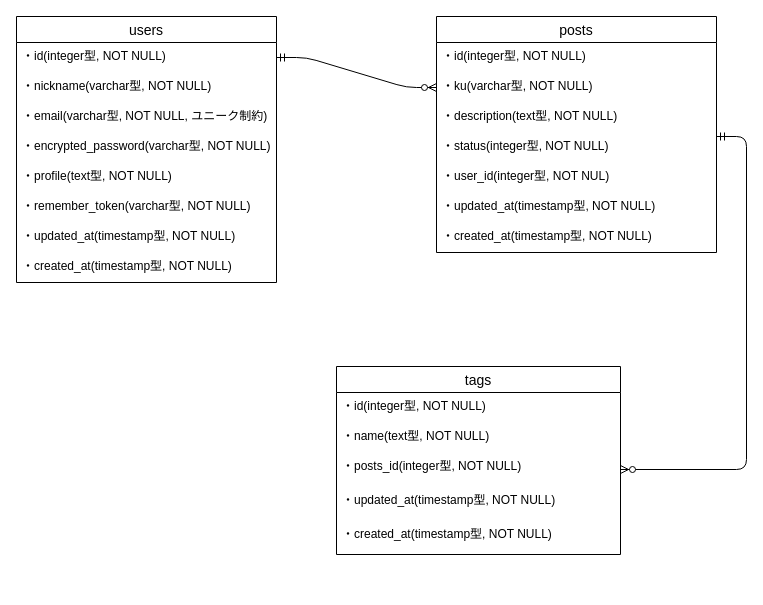
Before: haiker575.dio in hiddy0329/haiker575, a draw.io diagram. Source tidied: cells renumbered, new cells numbered last; positions are measured from the earlier drawing's top-left corner, leaving out a move shared by most shapes. Both pictures are drawn from the tidied source at 100%, with x=0, y=0 at pixel (16, 16).
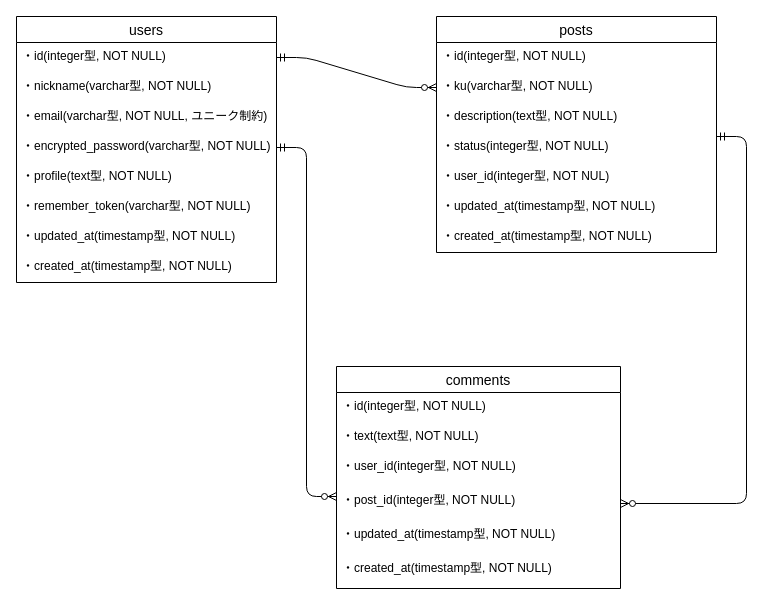
After the change.

The change refers to these unchanged cells:
```xml
<mxCell id="6" value="・encrypted_password(varchar型, NOT NULL)" style="text;strokeColor=none;fillColor=none;spacingLeft=4;spacingRight=4;overflow=hidden;points=[[0,0.5],[1,0.5]];portConstraint=eastwest;fontSize=12;" parent="2" vertex="1">
  <mxGeometry y="116" width="260" height="30" as="geometry" />
</mxCell>
```

Diff of the diagram source:
```diff
@@
-    <mxCell id="20" value="tags" style="swimlane;fontStyle=0;horizontal=1;startSize=26;align=center;fontSize=14;" parent="1" vertex="1">
-      <mxGeometry x="320" y="350" width="284" height="188" as="geometry" />
+    <mxCell id="20" value="comments" style="swimlane;fontStyle=0;horizontal=1;startSize=26;align=center;fontSize=14;" parent="1" vertex="1">
+      <mxGeometry x="320" y="350" width="284" height="222" as="geometry" />
     </mxCell>
@@
-    <mxCell id="22" value="・name(text型, NOT NULL)" style="text;strokeColor=none;fillColor=none;spacingLeft=4;spacingRight=4;overflow=hidden;fontSize=12;" parent="20" vertex="1">
+    <mxCell id="22" value="・text(text型, NOT NULL)" style="text;strokeColor=none;fillColor=none;spacingLeft=4;spacingRight=4;overflow=hidden;fontSize=12;" parent="20" vertex="1">
       <mxGeometry y="56" width="284" height="30" as="geometry" />
     </mxCell>
@@
+    <mxCell id="27" value="・user_id(integer型, NOT NULL)" style="text;strokeColor=none;fillColor=none;spacingLeft=4;spacingRight=4;overflow=hidden;fontSize=12;" parent="20" vertex="1">
+      <mxGeometry y="86" width="284" height="34" as="geometry" />
+    </mxCell>
-    <mxCell id="24" value="・posts_id(integer型, NOT NULL)" style="text;strokeColor=none;fillColor=none;spacingLeft=4;spacingRight=4;overflow=hidden;points=[[0,0.5],[1,0.5]];portConstraint=eastwest;fontSize=12;" parent="20" vertex="1">
-      <mxGeometry y="86" width="284" height="34" as="geometry" />
+    <mxCell id="24" value="・post_id(integer型, NOT NULL)" style="text;strokeColor=none;fillColor=none;spacingLeft=4;spacingRight=4;overflow=hidden;points=[[0,0.5],[1,0.5]];portConstraint=eastwest;fontSize=12;" parent="20" vertex="1">
+      <mxGeometry y="120" width="284" height="34" as="geometry" />
     </mxCell>
     <mxCell id="25" value="・updated_at(timestamp型, NOT NULL)" style="text;strokeColor=none;fillColor=none;spacingLeft=4;spacingRight=4;overflow=hidden;fontSize=12;" parent="20" vertex="1">
-      <mxGeometry y="120" width="284" height="34" as="geometry" />
+      <mxGeometry y="154" width="284" height="34" as="geometry" />
     </mxCell>
     <mxCell id="26" value="・created_at(timestamp型, NOT NULL)" style="text;strokeColor=none;fillColor=none;spacingLeft=4;spacingRight=4;overflow=hidden;fontSize=12;" parent="20" vertex="1">
-      <mxGeometry y="154" width="284" height="34" as="geometry" />
+      <mxGeometry y="188" width="284" height="34" as="geometry" />
     </mxCell>
+    <mxCell id="28" style="edgeStyle=entityRelationEdgeStyle;fontSize=12;html=1;endArrow=ERzeroToMany;startArrow=ERmandOne;exitX=1;exitY=0.5;exitDx=0;exitDy=0;" parent="1" edge="1" source="6">
+      <mxGeometry relative="1" as="geometry">
+        <mxPoint x="320" y="480" as="targetPoint" />
+      </mxGeometry>
+    </mxCell>
```
